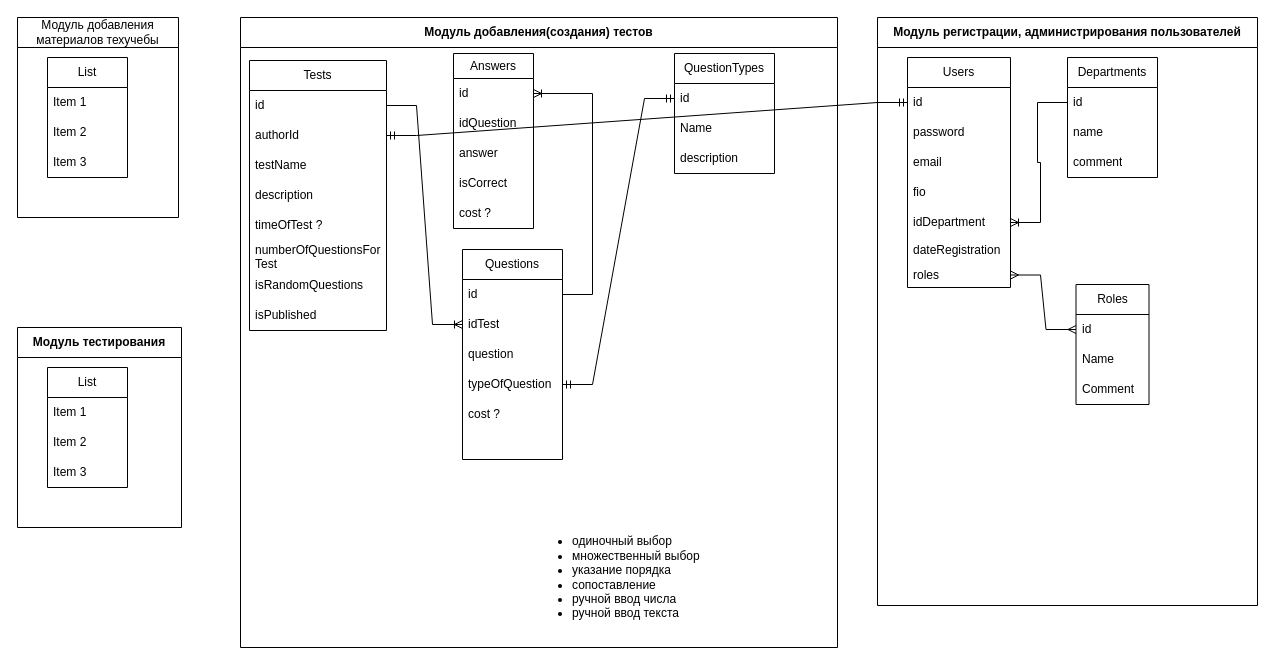
djbobah/testing keeps this draw.io diagram as техучеба.drawio. Above is the earlier version. Source tidied: cells renumbered, new cells numbered last; positions are measured from the earlier drawing's top-left corner, leaving out a move shared by most shapes. Both pictures are drawn from the tidied source at 100%, with x=0, y=0 at pixel (17, 17).
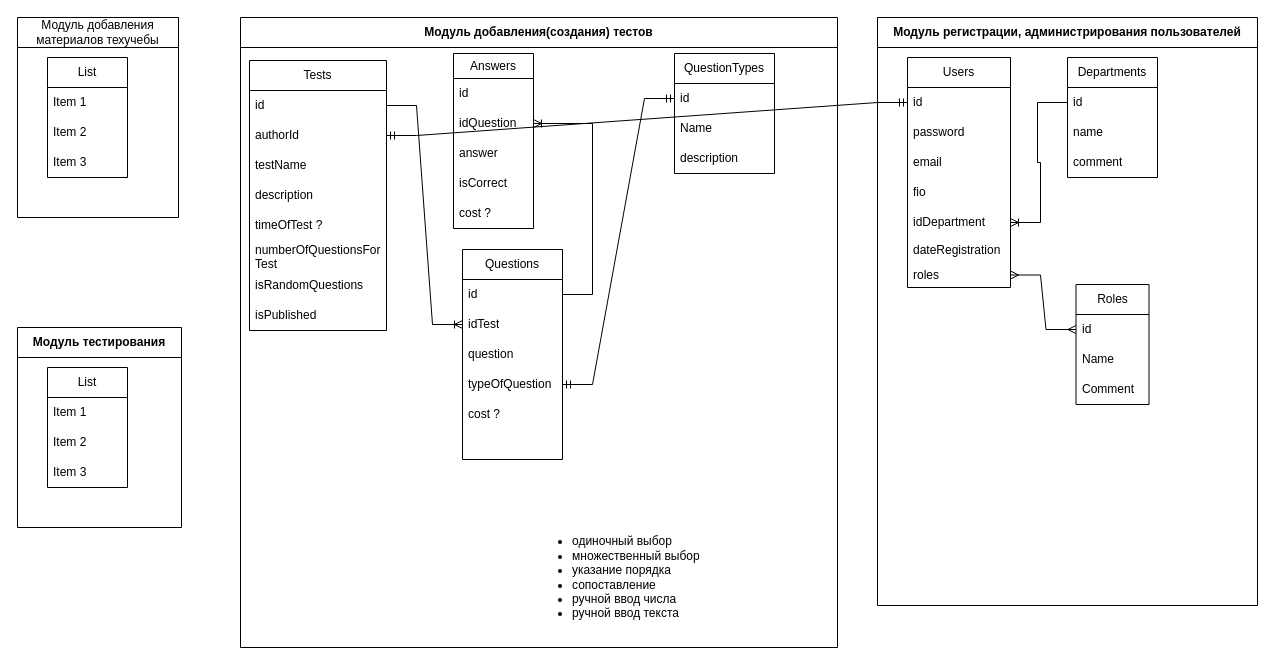
The same diagram, later.

Unchanged cells that the change refers to:
```xml
<mxCell id="7" value="Модуль добавления(создания) тестов" style="swimlane;whiteSpace=wrap;html=1;startSize=30;" parent="1" vertex="1">
  <mxGeometry x="223" width="597" height="630" as="geometry" />
</mxCell>
<mxCell id="18" value="id" style="text;strokeColor=none;fillColor=none;align=left;verticalAlign=middle;spacingLeft=4;spacingRight=4;overflow=hidden;points=[[0,0.5],[1,0.5]];portConstraint=eastwest;whiteSpace=wrap;html=1;" parent="17" vertex="1">
  <mxGeometry y="30" width="100" height="30" as="geometry" />
</mxCell>
<mxCell id="27" value="id" style="text;strokeColor=none;fillColor=none;align=left;verticalAlign=middle;spacingLeft=4;spacingRight=4;overflow=hidden;points=[[0,0.5],[1,0.5]];portConstraint=eastwest;whiteSpace=wrap;html=1;" parent="26" vertex="1">
  <mxGeometry y="25" width="80" height="30" as="geometry" />
</mxCell>
<mxCell id="28" value="idQuestion" style="text;strokeColor=none;fillColor=none;align=left;verticalAlign=middle;spacingLeft=4;spacingRight=4;overflow=hidden;points=[[0,0.5],[1,0.5]];portConstraint=eastwest;whiteSpace=wrap;html=1;" parent="26" vertex="1">
  <mxGeometry y="55" width="80" height="30" as="geometry" />
</mxCell>
```

Change to the diagram source:
```diff
@@
-    <mxCell id="32" style="edgeStyle=entityRelationEdgeStyle;fontSize=12;html=1;endArrow=ERoneToMany;rounded=0;" parent="7" edge="1" source="18" target="27">
+    <mxCell id="32" style="edgeStyle=entityRelationEdgeStyle;fontSize=12;html=1;endArrow=ERoneToMany;rounded=0;" parent="7" edge="1" source="18" target="28">
       <mxGeometry relative="1" as="geometry" />
     </mxCell>
```
